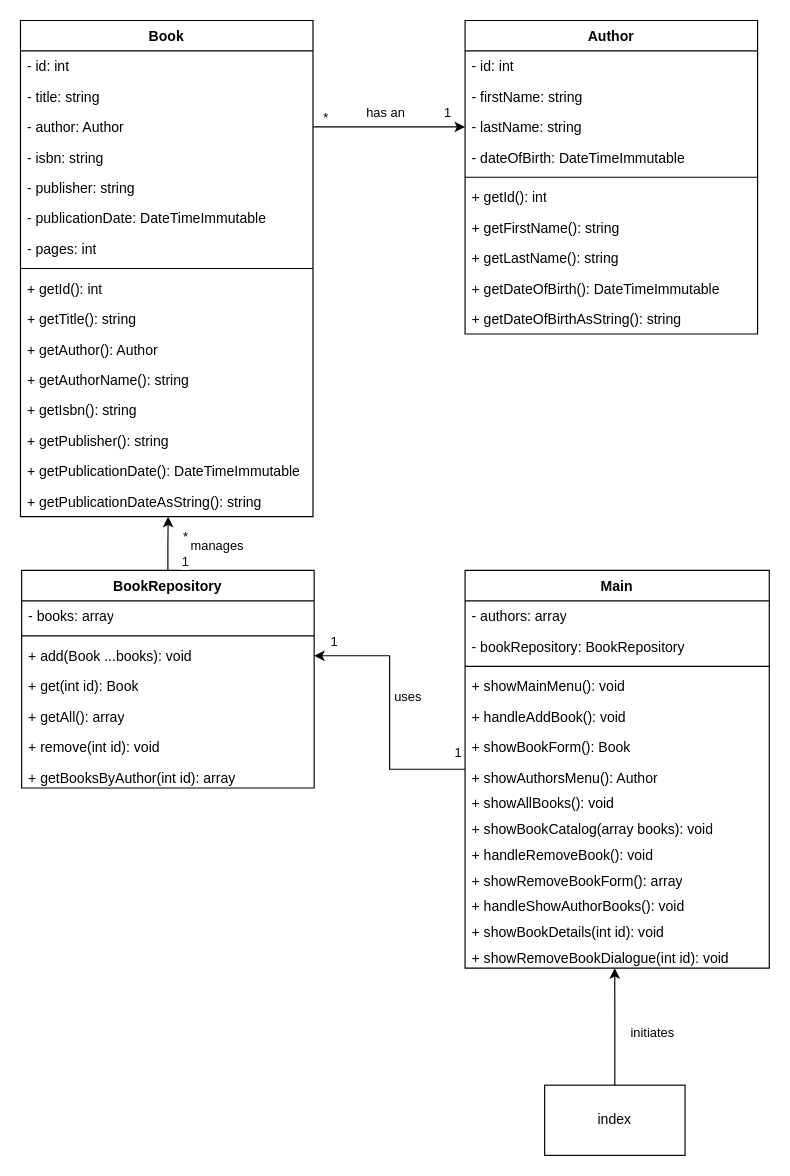
gglerum/php-lessen keeps this draw.io diagram as 04 - OOP 1/library1.drawio. Above is the earlier version. Source tidied: cells renumbered, new cells numbered last; positions are measured from the earlier drawing's top-left corner, leaving out a move shared by most shapes. Both pictures are drawn from the tidied source at 117%, with x=0, y=0 at pixel (20, 20).
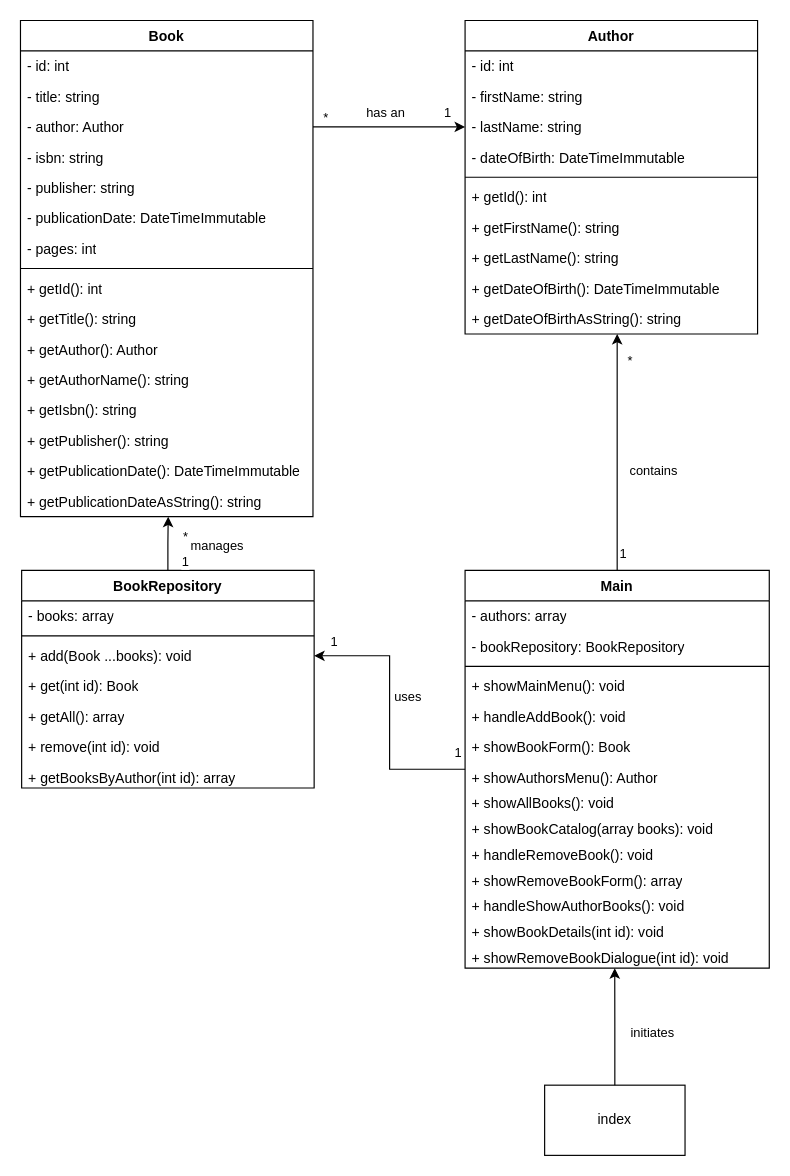
The same diagram, later.

Commit message (it also covers changes not shown here):
added missing connection in diagram OOP 1

Unchanged cells that the change refers to:
```xml
<mxCell id="29" value="+ getDateOfBirthAsString(): string&lt;div&gt;&lt;br&gt;&lt;/div&gt;" style="text;strokeColor=none;fillColor=none;align=left;verticalAlign=top;spacingLeft=4;spacingRight=4;overflow=hidden;points=[[0,0.5],[1,0.5]];portConstraint=eastwest;whiteSpace=wrap;html=1;" parent="19" vertex="1">
  <mxGeometry y="242" width="250" height="26" as="geometry" />
</mxCell>
<mxCell id="38" value="Main" style="swimlane;fontStyle=1;align=center;verticalAlign=top;horizontal=1;startSize=26;whiteSpace=wrap;html=1;" parent="1" vertex="1">
  <mxGeometry x="380" y="470" width="260" height="340" as="geometry" />
</mxCell>
```

Diff of the diagram source:
```diff
@@
+    <mxCell id="68" style="edgeStyle=orthogonalEdgeStyle;rounded=0;jettySize=auto;html=1;entryX=0.52;entryY=1;entryDx=0;entryDy=0;entryPerimeter=0;" parent="1" edge="1" source="38" target="29">
+      <mxGeometry relative="1" as="geometry" />
+    </mxCell>
+    <mxCell id="69" value="contains" style="edgeLabel;html=1;align=center;verticalAlign=middle;" parent="68" vertex="1">
+      <mxGeometry x="-0.36" y="-1" relative="1" as="geometry">
+        <mxPoint x="29" y="-21" as="offset" />
+      </mxGeometry>
+    </mxCell>
+    <mxCell id="70" value="*" style="edgeLabel;html=1;align=center;verticalAlign=middle;" parent="68" vertex="1">
+      <mxGeometry x="0.39" y="-1" relative="1" as="geometry">
+        <mxPoint x="9" y="-40" as="offset" />
+      </mxGeometry>
+    </mxCell>
+    <mxCell id="71" value="1" style="edgeLabel;html=1;align=center;verticalAlign=middle;" parent="68" vertex="1">
+      <mxGeometry x="-0.83" y="-4" relative="1" as="geometry">
+        <mxPoint y="2" as="offset" />
+      </mxGeometry>
+    </mxCell>
```
